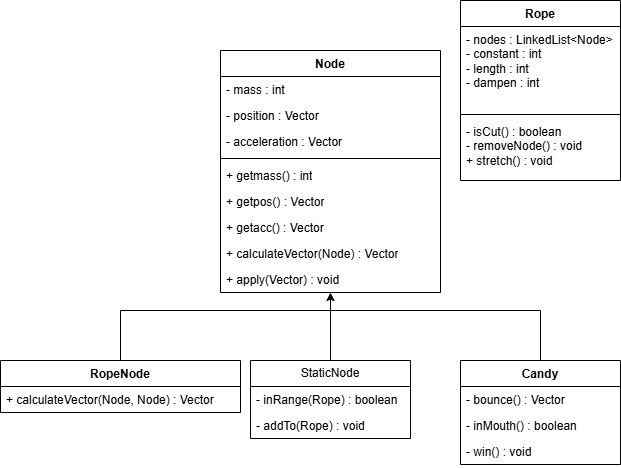
Above: cutTheRopeUML.drawio.png in Stuycs-K/finalprojectapcs-5-marchese-nicolas-gao-sandra (draw.io), before the change. Source tidied: cells renumbered, new cells last; positions are measured from the earlier drawing's top-left corner, leaving out a move shared by most shapes.
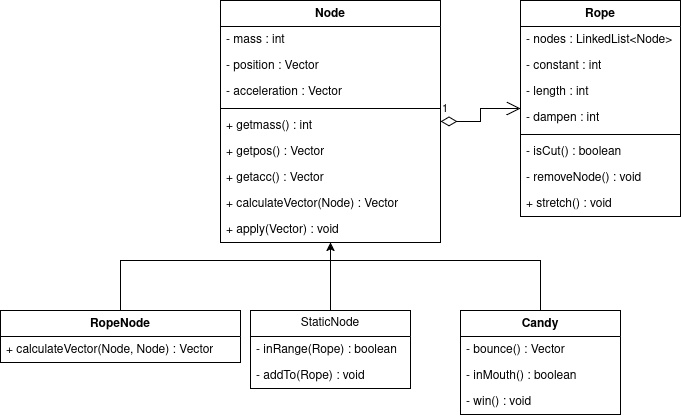
Later version of the same file.

Commit message:
fix layout of uml

The edit, as a diff of the source:
```diff
@@ -33,17 +33,32 @@
       <mxGeometry y="216" width="220" height="26" as="geometry" />
     </mxCell>
     <mxCell id="12" value="Rope" style="swimlane;fontStyle=1;align=center;verticalAlign=top;horizontal=1;startSize=26;whiteSpace=wrap;html=1;" parent="1" vertex="1">
-      <mxGeometry x="460" width="160" height="180" as="geometry" />
+      <mxGeometry x="520" y="50" width="160" height="216" as="geometry" />
     </mxCell>
-    <mxCell id="13" value="- nodes : LinkedList&amp;lt;Node&amp;gt;&lt;div&gt;- constant : int&lt;/div&gt;&lt;div&gt;- length : int&lt;/div&gt;&lt;div&gt;- dampen : int&lt;/div&gt;" style="text;strokeColor=none;fillColor=none;align=left;verticalAlign=top;spacingLeft=4;spacingRight=4;overflow=hidden;whiteSpace=wrap;html=1;" parent="12" vertex="1">
-      <mxGeometry y="26" width="160" height="84" as="geometry" />
-    </mxCell>
+    <mxCell id="28" value="- nodes : LinkedList&amp;lt;Node&amp;gt;" style="text;strokeColor=none;fillColor=none;align=left;verticalAlign=top;spacingLeft=4;spacingRight=4;overflow=hidden;whiteSpace=wrap;html=1;" parent="12" vertex="1">
+      <mxGeometry y="26" width="160" height="26" as="geometry" />
+    </mxCell>
+    <mxCell id="29" value="&lt;div&gt;- constant : int&lt;/div&gt;" style="text;strokeColor=none;fillColor=none;align=left;verticalAlign=top;spacingLeft=4;spacingRight=4;overflow=hidden;whiteSpace=wrap;html=1;" parent="12" vertex="1">
+      <mxGeometry y="52" width="160" height="26" as="geometry" />
+    </mxCell>
+    <mxCell id="30" value="&lt;div&gt;- length : int&lt;/div&gt;" style="text;strokeColor=none;fillColor=none;align=left;verticalAlign=top;spacingLeft=4;spacingRight=4;overflow=hidden;whiteSpace=wrap;html=1;" parent="12" vertex="1">
+      <mxGeometry y="78" width="160" height="26" as="geometry" />
+    </mxCell>
+    <mxCell id="31" value="&lt;div&gt;- dampen : int&lt;/div&gt;" style="text;strokeColor=none;fillColor=none;align=left;verticalAlign=top;spacingLeft=4;spacingRight=4;overflow=hidden;whiteSpace=wrap;html=1;" parent="12" vertex="1">
+      <mxGeometry y="104" width="160" height="26" as="geometry" />
+    </mxCell>
     <mxCell id="14" style="line;strokeWidth=1;fillColor=none;align=left;verticalAlign=middle;spacingTop=-1;spacingLeft=3;spacingRight=3;labelPosition=right;strokeColor=inherit;" parent="12" vertex="1">
-      <mxGeometry y="110" width="160" height="8" as="geometry" />
+      <mxGeometry y="130" width="160" height="8" as="geometry" />
     </mxCell>
-    <mxCell id="15" value="&lt;div&gt;- isCut() : boolean&lt;/div&gt;&lt;div&gt;- removeNode() : void&lt;/div&gt;+ stretch() : void" style="text;strokeColor=none;fillColor=none;align=left;verticalAlign=top;spacingLeft=4;spacingRight=4;overflow=hidden;whiteSpace=wrap;html=1;" parent="12" vertex="1">
-      <mxGeometry y="118" width="160" height="62" as="geometry" />
-    </mxCell>
+    <mxCell id="32" value="&lt;div&gt;- isCut() : boolean&lt;/div&gt;" style="text;strokeColor=none;fillColor=none;align=left;verticalAlign=top;spacingLeft=4;spacingRight=4;overflow=hidden;whiteSpace=wrap;html=1;" parent="12" vertex="1">
+      <mxGeometry y="138" width="160" height="26" as="geometry" />
+    </mxCell>
+    <mxCell id="33" value="&lt;div&gt;- removeNode() : void&lt;/div&gt;" style="text;strokeColor=none;fillColor=none;align=left;verticalAlign=top;spacingLeft=4;spacingRight=4;overflow=hidden;whiteSpace=wrap;html=1;" parent="12" vertex="1">
+      <mxGeometry y="164" width="160" height="26" as="geometry" />
+    </mxCell>
+    <mxCell id="34" value="+ stretch() : void" style="text;strokeColor=none;fillColor=none;align=left;verticalAlign=top;spacingLeft=4;spacingRight=4;overflow=hidden;whiteSpace=wrap;html=1;" parent="12" vertex="1">
+      <mxGeometry y="190" width="160" height="26" as="geometry" />
+    </mxCell>
     <mxCell id="16" value="RopeNode" style="swimlane;fontStyle=1;align=center;verticalAlign=top;horizontal=1;startSize=26;whiteSpace=wrap;html=1;" parent="1" vertex="1">
       <mxGeometry y="360" width="240" height="52" as="geometry" />
     </mxCell>
@@ -90,5 +105,8 @@
     <mxCell id="27" value="- addTo(Rope) : void" style="text;strokeColor=none;fillColor=none;align=left;verticalAlign=top;spacingLeft=4;spacingRight=4;overflow=hidden;whiteSpace=wrap;html=1;" parent="25" vertex="1">
       <mxGeometry y="52" width="160" height="26" as="geometry" />
     </mxCell>
+    <mxCell id="35" value="1" style="endArrow=open;html=1;endSize=12;startArrow=diamondThin;startSize=14;startFill=0;edgeStyle=orthogonalEdgeStyle;align=left;verticalAlign=bottom;rounded=0;" parent="1" edge="1" source="2" target="12">
+      <mxGeometry x="-1" y="3" relative="1" as="geometry" />
+    </mxCell>
   </root>
 </mxGraphModel>
```
